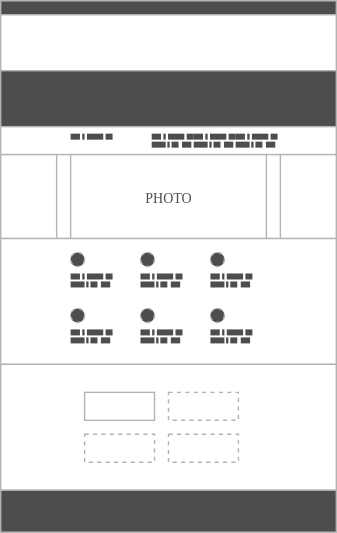
Earlier version of the draw.io export ambitious-figma.svg (ajile/draw-io). Source tidied: cells renumbered, new cells last; positions are measured from the earlier drawing's top-left corner, leaving out a move shared by most shapes.
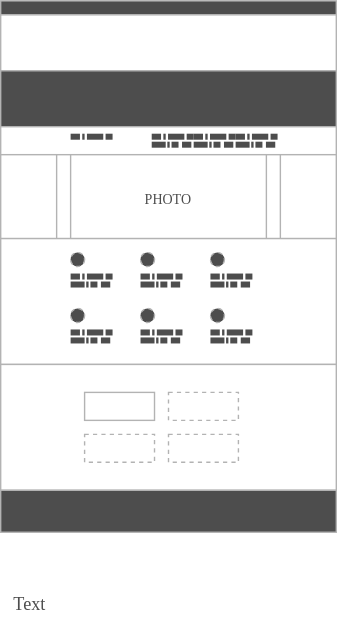
The same file after the commit.

What changed in the source:
```diff
@@ -420,5 +420,8 @@
     <mxCell id="141" style="rounded=0;whiteSpace=wrap;html=1;shadow=0;dashed=1;strokeColor=none;strokeWidth=1;fillColor=#4D4D4D;fontFamily=Verdana;fontSize=13;fontColor=#4D4D4D;align=center;" parent="137" vertex="1">
       <mxGeometry x="25" width="5" height="4.3" as="geometry" />
     </mxCell>
+    <mxCell id="142" value="Text" style="text;html=1;strokeColor=none;fillColor=none;align=center;verticalAlign=middle;whiteSpace=wrap;rounded=0;shadow=0;dashed=1;fontFamily=Verdana;fontSize=13;fontColor=#4D4D4D;" parent="98" vertex="1">
+      <mxGeometry y="420" width="40" height="20" as="geometry" />
+    </mxCell>
   </root>
 </mxGraphModel>
```
